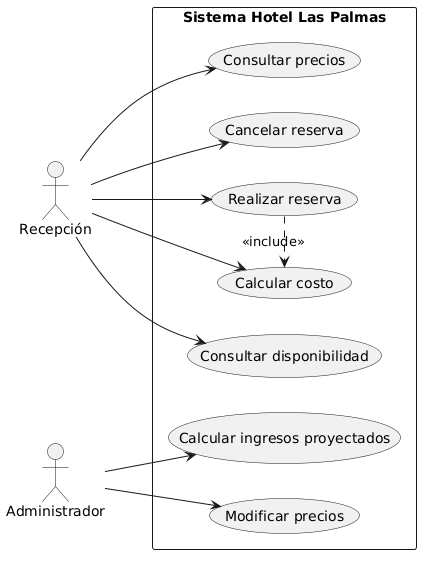
JoseVahos/HotelSystemRepo keeps this PlantUML diagram as Diagrams/Diagrama de casos de uso.png. Above is the earlier version. Source of this version:
```plantuml
@startuml
left to right direction
skinparam packageStyle rectangle

actor "Recepción" as recepcion
actor "Administrador" as admin

rectangle "Sistema Hotel Las Palmas" {
  usecase "Consultar disponibilidad" as UC1
  usecase "Consultar precios" as UC2
  usecase "Calcular costo" as UC3
  usecase "Realizar reserva" as UC4
  usecase "Cancelar reserva" as UC5
  usecase "Modificar precios" as UC6
  usecase "Calcular ingresos proyectados" as UC7

}

recepcion --> UC1
recepcion --> UC2
recepcion --> UC3
recepcion --> UC4
recepcion --> UC5

admin --> UC6
admin --> UC7

UC4 .> UC3 : <<include>>
@enduml
```
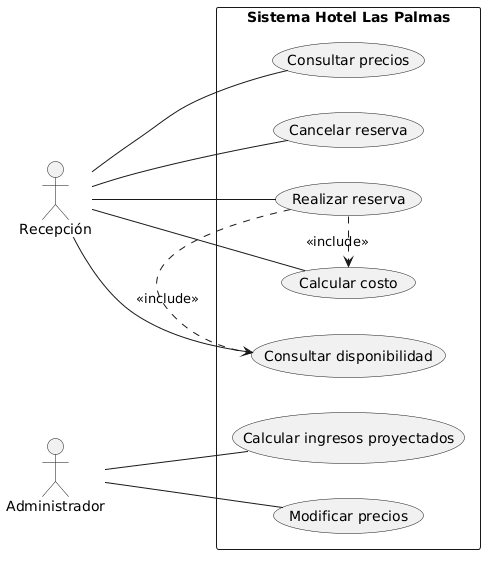
The same file after the commit.

Change to the diagram source:
```diff
@@ -16,14 +16,15 @@
 
 }
 
-recepcion --> UC1
-recepcion --> UC2
-recepcion --> UC3
-recepcion --> UC4
-recepcion --> UC5
+recepcion -- UC1
+recepcion -- UC2
+recepcion -- UC3
+recepcion -- UC4
+recepcion -- UC5
 
-admin --> UC6
-admin --> UC7
+admin -- UC6
+admin -- UC7
 
 UC4 .> UC3 : <<include>>
+UC4 .> UC1 : <<include>>
 @enduml
```
